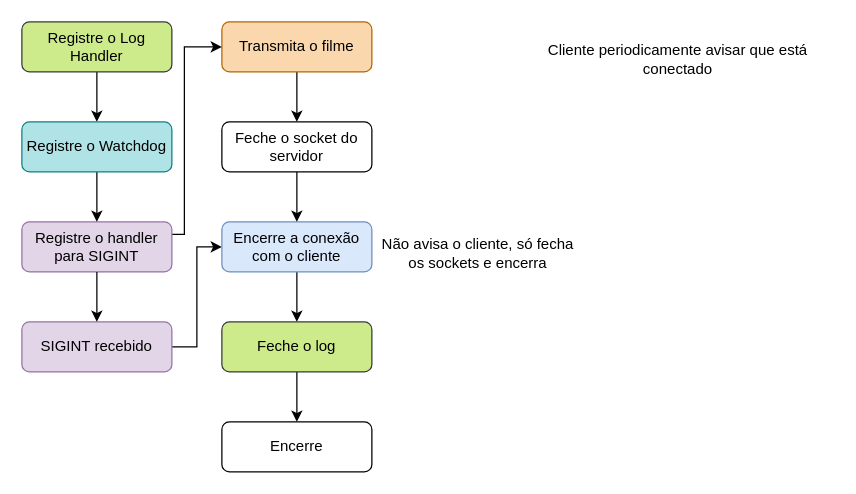
nico-ig/UDP-Video-Streaming keeps this draw.io diagram as page "Stream" (4 of 7) of client-server.drawio. Above is the earlier version. Source tidied: cells renumbered, new cells numbered last; positions are measured from the earlier drawing's top-left corner, leaving out a move shared by most shapes. Both pictures are drawn from the tidied source at 125%, with x=0, y=0 at pixel (21, 21).
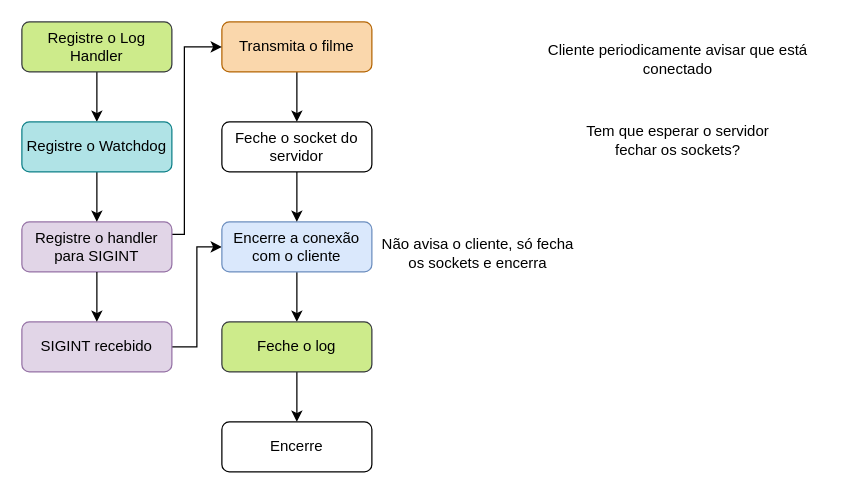
The same diagram, later.

Change to the diagram source:
```diff
@@
+    <mxCell id="22" value="Tem que esperar o servidor fechar os sockets?" style="text;html=1;strokeColor=none;fillColor=none;align=center;verticalAlign=middle;whiteSpace=wrap;rounded=0;" parent="1" vertex="1">
+      <mxGeometry x="445" y="70" width="160" height="50" as="geometry" />
+    </mxCell>
```
